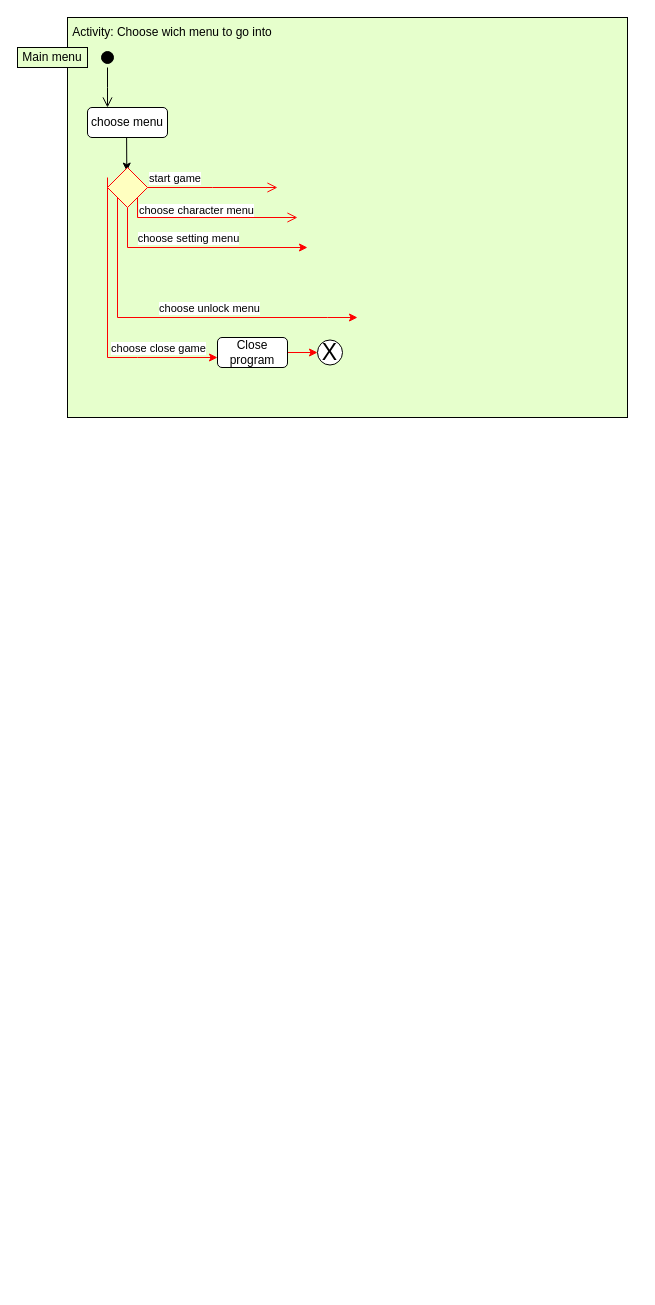
Ulibomber1/Middlespace-Survivor keeps this draw.io diagram as page "main menu" (1 of 2) of Documentation files/activity diagram.drawio. Above is the earlier version. Source tidied: cells renumbered, new cells numbered last; positions are measured from the earlier drawing's top-left corner, leaving out a move shared by most shapes. Both pictures are drawn from the tidied source at 100%, with x=0, y=0 at pixel (17, 17).
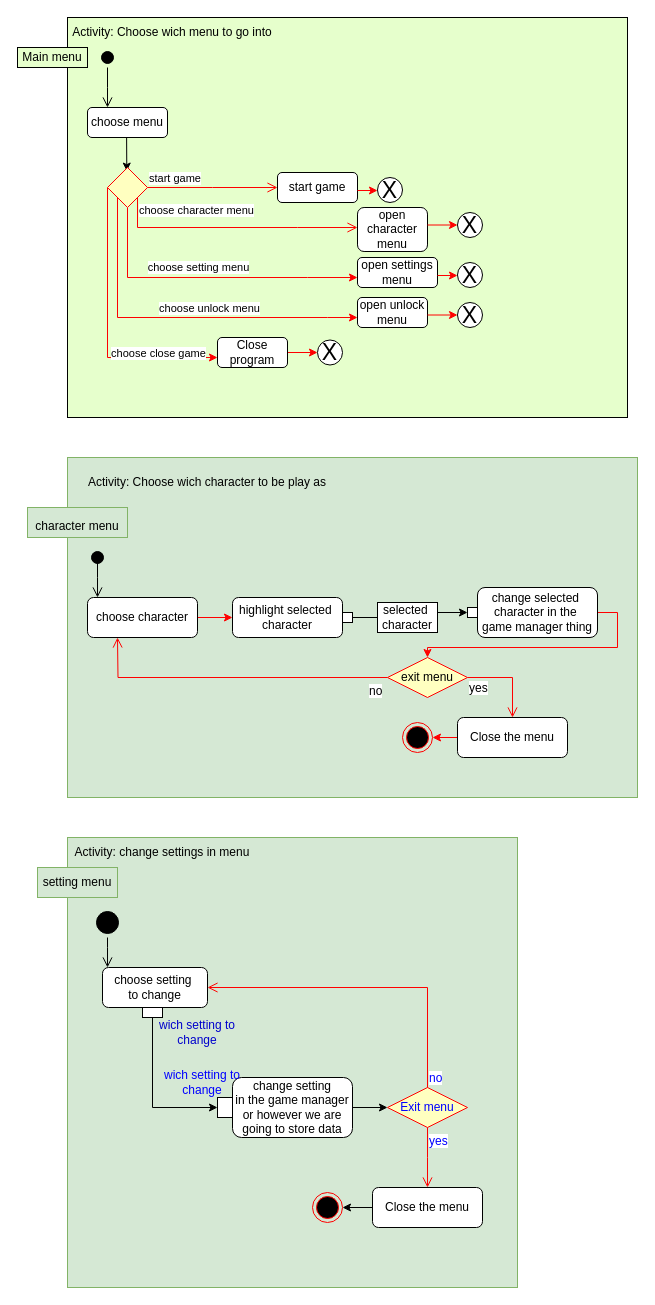
After the change.

Commit message (it also covers changes not shown here):
did the things for the main menu

did things for the base main, character, and setting menu

The change refers to these unchanged cells:
```xml
<mxCell id="15" style="rhombus;whiteSpace=wrap;html=1;fillColor=#ffffc0;strokeColor=#ff0000;" parent="1" vertex="1">
  <mxGeometry x="90" y="150" width="40" height="40" as="geometry" />
</mxCell>
```

Change to the diagram source:
```diff
@@
     <mxCell id="9" style="edgeStyle=orthogonalEdgeStyle;rounded=0;jettySize=auto;html=1;exitX=0.5;exitY=1;exitDx=0;exitDy=0;strokeColor=#FF0000;" parent="1" edge="1" source="15">
       <mxGeometry relative="1" as="geometry">
-        <mxPoint x="290" y="230" as="targetPoint" />
+        <mxPoint x="340" y="260" as="targetPoint" />
         <Array as="points">
-          <mxPoint x="110" y="230" />
-          <mxPoint x="290" y="230" />
+          <mxPoint x="110" y="260" />
+          <mxPoint x="290" y="260" />
         </Array>
       </mxGeometry>
     </mxCell>
     <mxCell id="10" value="choose setting menu" style="edgeLabel;html=1;align=center;verticalAlign=middle;" parent="9" vertex="1">
       <mxGeometry x="-0.67" y="3" relative="1" as="geometry">
-        <mxPoint x="57" y="-6" as="offset" />
+        <mxPoint x="67" y="10" as="offset" />
       </mxGeometry>
     </mxCell>
@@
-    <mxCell id="13" style="edgeStyle=orthogonalEdgeStyle;rounded=0;orthogonalLoop=1;jettySize=auto;html=1;exitX=0;exitY=0.5;exitDx=0;exitDy=0;strokeColor=#FF0000;" parent="1" edge="1">
+    <mxCell id="13" style="edgeStyle=orthogonalEdgeStyle;rounded=0;jettySize=auto;html=1;exitX=0;exitY=0.5;exitDx=0;exitDy=0;strokeColor=#FF0000;" parent="1" edge="1" source="15">
       <mxGeometry relative="1" as="geometry">
-        <mxPoint x="90" y="160" as="sourcePoint" />
         <mxPoint x="200" y="340" as="targetPoint" />
         <Array as="points">
           <mxPoint x="90" y="340" />
-          <mxPoint x="120" y="340" />
         </Array>
       </mxGeometry>
     </mxCell>
@@
     <mxCell id="17" value="choose character menu" style="edgeStyle=orthogonalEdgeStyle;html=1;align=left;verticalAlign=top;endArrow=open;endSize=8;strokeColor=#ff0000;rounded=0;exitX=1;exitY=1;exitDx=0;exitDy=0;" parent="1" edge="1" source="15">
       <mxGeometry x="-1" relative="1" as="geometry">
-        <mxPoint x="280" y="200" as="targetPoint" />
+        <mxPoint x="340" y="210" as="targetPoint" />
         <Array as="points">
-          <mxPoint x="120" y="200" />
+          <mxPoint x="120" y="210" />
+          <mxPoint x="280" y="210" />
         </Array>
       </mxGeometry>
     </mxCell>
@@
+    <mxCell id="21" value="open unlock&lt;br&gt;menu" style="rounded=1;whiteSpace=wrap;html=1;" parent="1" vertex="1">
+      <mxGeometry x="340" y="280" width="70" height="30" as="geometry" />
+    </mxCell>
+    <mxCell id="22" style="edgeStyle=orthogonalEdgeStyle;rounded=0;orthogonalLoop=1;jettySize=auto;html=1;exitX=1;exitY=0.5;exitDx=0;exitDy=0;entryX=0;entryY=0.5;entryDx=0;entryDy=0;strokeColor=#FF0000;" parent="1" edge="1">
+      <mxGeometry relative="1" as="geometry">
+        <mxPoint x="410" y="297.5" as="sourcePoint" />
+        <mxPoint x="440" y="297.5" as="targetPoint" />
+      </mxGeometry>
+    </mxCell>
+    <mxCell id="23" value="X" style="ellipse;whiteSpace=wrap;html=1;strokeColor=#000000;fontSize=23;fillColor=#ffffff;" parent="1" vertex="1">
+      <mxGeometry x="440" y="285" width="25" height="25" as="geometry" />
+    </mxCell>
+    <mxCell id="24" value="open settings&lt;br&gt;menu" style="rounded=1;whiteSpace=wrap;html=1;" parent="1" vertex="1">
+      <mxGeometry x="340" y="240" width="80" height="30" as="geometry" />
+    </mxCell>
+    <mxCell id="25" style="edgeStyle=orthogonalEdgeStyle;rounded=0;orthogonalLoop=1;jettySize=auto;html=1;entryX=0;entryY=0.5;entryDx=0;entryDy=0;strokeColor=#FF0000;" parent="1" edge="1">
+      <mxGeometry relative="1" as="geometry">
+        <mxPoint x="420" y="258" as="sourcePoint" />
+        <mxPoint x="440" y="257.5" as="targetPoint" />
+      </mxGeometry>
+    </mxCell>
+    <mxCell id="26" value="X" style="ellipse;whiteSpace=wrap;html=1;strokeColor=#000000;fontSize=23;fillColor=#ffffff;" parent="1" vertex="1">
+      <mxGeometry x="440" y="245" width="25" height="25" as="geometry" />
+    </mxCell>
+    <mxCell id="27" value="open character&lt;br&gt;menu" style="rounded=1;whiteSpace=wrap;html=1;" parent="1" vertex="1">
+      <mxGeometry x="340" y="190" width="70" height="44" as="geometry" />
+    </mxCell>
+    <mxCell id="28" style="edgeStyle=orthogonalEdgeStyle;rounded=0;orthogonalLoop=1;jettySize=auto;html=1;exitX=1;exitY=0.5;exitDx=0;exitDy=0;entryX=0;entryY=0.5;entryDx=0;entryDy=0;strokeColor=#FF0000;" parent="1" edge="1">
+      <mxGeometry relative="1" as="geometry">
+        <mxPoint x="410" y="207.5" as="sourcePoint" />
+        <mxPoint x="440" y="207.5" as="targetPoint" />
+      </mxGeometry>
+    </mxCell>
+    <mxCell id="29" value="X" style="ellipse;whiteSpace=wrap;html=1;strokeColor=#000000;fontSize=23;fillColor=#ffffff;" parent="1" vertex="1">
+      <mxGeometry x="440" y="195" width="25" height="25" as="geometry" />
+    </mxCell>
+    <mxCell id="30" value="start game" style="rounded=1;whiteSpace=wrap;html=1;" parent="1" vertex="1">
+      <mxGeometry x="260" y="155" width="80" height="30" as="geometry" />
+    </mxCell>
+    <mxCell id="31" style="edgeStyle=orthogonalEdgeStyle;rounded=0;orthogonalLoop=1;jettySize=auto;html=1;entryX=0;entryY=0.5;entryDx=0;entryDy=0;strokeColor=#FF0000;" parent="1" edge="1">
+      <mxGeometry relative="1" as="geometry">
+        <mxPoint x="340" y="173" as="sourcePoint" />
+        <mxPoint x="360" y="172.5" as="targetPoint" />
+      </mxGeometry>
+    </mxCell>
+    <mxCell id="32" value="X" style="ellipse;whiteSpace=wrap;html=1;strokeColor=#000000;fontSize=23;fillColor=#ffffff;" parent="1" vertex="1">
+      <mxGeometry x="360" y="160" width="25" height="25" as="geometry" />
+    </mxCell>
+    <mxCell id="33" style="rounded=0;whiteSpace=wrap;html=1;strokeColor=#82b366;fontSize=23;fillColor=#d5e8d4;" parent="1" vertex="1">
+      <mxGeometry x="50" y="440" width="570" height="340" as="geometry" />
+    </mxCell>
+    <mxCell id="34" value="&lt;font style=&quot;font-size: 12px;&quot;&gt;character menu&lt;/font&gt;" style="rounded=0;whiteSpace=wrap;html=1;strokeColor=#82b366;fontSize=23;fillColor=#d5e8d4;align=center;" parent="1" vertex="1">
+      <mxGeometry x="10" y="490" width="100" height="30" as="geometry" />
+    </mxCell>
+    <mxCell id="35" value="Activity: Choose wich character to be play as" style="text;html=1;strokeColor=none;fillColor=none;align=center;verticalAlign=middle;whiteSpace=wrap;rounded=0;" parent="1" vertex="1">
+      <mxGeometry x="60" y="450" width="260" height="30" as="geometry" />
+    </mxCell>
+    <mxCell id="36" style="ellipse;html=1;shape=startState;fillColor=#000000;strokeColor=#000000;" parent="1" vertex="1">
+      <mxGeometry x="70" y="530" width="20" height="20" as="geometry" />
+    </mxCell>
+    <mxCell id="37" style="edgeStyle=orthogonalEdgeStyle;html=1;verticalAlign=bottom;endArrow=open;endSize=8;strokeColor=#000000;rounded=0;" parent="1" edge="1">
+      <mxGeometry relative="1" as="geometry">
+        <mxPoint x="80" y="540" as="sourcePoint" />
+        <mxPoint x="80" y="580" as="targetPoint" />
+        <Array as="points">
+          <mxPoint x="80" y="560" />
+          <mxPoint x="80" y="560" />
+        </Array>
+      </mxGeometry>
+    </mxCell>
+    <mxCell id="38" style="edgeStyle=orthogonalEdgeStyle;rounded=0;jettySize=auto;html=1;exitX=1;exitY=0.5;exitDx=0;exitDy=0;entryX=0;entryY=0.5;entryDx=0;entryDy=0;strokeColor=#FF0000;fontSize=12;" parent="1" edge="1" source="39" target="40">
+      <mxGeometry relative="1" as="geometry" />
+    </mxCell>
+    <mxCell id="39" value="choose character" style="rounded=1;whiteSpace=wrap;html=1;strokeColor=#000000;fontSize=12;fillColor=#ffffff;" parent="1" vertex="1">
+      <mxGeometry x="70" y="580" width="110" height="40" as="geometry" />
+    </mxCell>
+    <mxCell id="40" value="highlight selected&amp;nbsp;&lt;br&gt;character" style="rounded=1;whiteSpace=wrap;html=1;strokeColor=#000000;fontSize=12;fillColor=#ffffff;" parent="1" vertex="1">
+      <mxGeometry x="215" y="580" width="110" height="40" as="geometry" />
+    </mxCell>
+    <mxCell id="41" style="edgeStyle=orthogonalEdgeStyle;rounded=0;jettySize=auto;html=1;exitX=1;exitY=0.5;exitDx=0;exitDy=0;entryX=0.5;entryY=0;entryDx=0;entryDy=0;strokeColor=#FF0000;fontSize=12;" parent="1" edge="1" source="42" target="43">
+      <mxGeometry relative="1" as="geometry">
+        <Array as="points">
+          <mxPoint x="600" y="595" />
+          <mxPoint x="600" y="630" />
+          <mxPoint x="410" y="630" />
+        </Array>
+      </mxGeometry>
+    </mxCell>
+    <mxCell id="42" value="change selected&amp;nbsp;&lt;br&gt;character in the&amp;nbsp;&lt;br&gt;game manager thing" style="whiteSpace=wrap;html=1;fillColor=#ffffff;strokeColor=#000000;rounded=1;" parent="1" vertex="1">
+      <mxGeometry x="460" y="570" width="120" height="50" as="geometry" />
+    </mxCell>
+    <mxCell id="43" value="exit menu" style="rhombus;whiteSpace=wrap;html=1;fillColor=#ffffc0;strokeColor=#ff0000;fontSize=12;" parent="1" vertex="1">
+      <mxGeometry x="370" y="640" width="80" height="40" as="geometry" />
+    </mxCell>
+    <mxCell id="44" value="yes" style="edgeStyle=orthogonalEdgeStyle;html=1;align=left;verticalAlign=bottom;endArrow=open;endSize=8;strokeColor=#ff0000;rounded=0;fontSize=12;entryX=0.5;entryY=0;entryDx=0;entryDy=0;" parent="1" edge="1" source="43" target="47">
+      <mxGeometry x="-1" y="-20" relative="1" as="geometry">
+        <Array as="points">
+          <mxPoint x="495" y="660" />
+        </Array>
+      </mxGeometry>
+    </mxCell>
+    <mxCell id="45" value="no" style="edgeStyle=orthogonalEdgeStyle;html=1;align=left;verticalAlign=top;endArrow=open;endSize=8;strokeColor=#ff0000;rounded=0;fontSize=12;" parent="1" edge="1" source="43">
+      <mxGeometry x="-0.87" relative="1" as="geometry">
+        <mxPoint x="100" y="620" as="targetPoint" />
+      </mxGeometry>
+    </mxCell>
+    <mxCell id="46" style="edgeStyle=orthogonalEdgeStyle;rounded=0;jettySize=auto;html=1;exitX=0;exitY=0.5;exitDx=0;exitDy=0;entryX=1;entryY=0.5;entryDx=0;entryDy=0;strokeColor=#FF0000;fontSize=12;" parent="1" edge="1" source="47" target="48">
+      <mxGeometry relative="1" as="geometry" />
+    </mxCell>
+    <mxCell id="47" value="Close the menu" style="rounded=1;whiteSpace=wrap;html=1;strokeColor=#000000;fontSize=12;fillColor=#ffffff;" parent="1" vertex="1">
+      <mxGeometry x="440" y="700" width="110" height="40" as="geometry" />
+    </mxCell>
+    <mxCell id="48" style="ellipse;html=1;shape=endState;fillColor=#000000;strokeColor=#ff0000;fontSize=12;" parent="1" vertex="1">
+      <mxGeometry x="385" y="705" width="30" height="30" as="geometry" />
+    </mxCell>
+    <mxCell id="49" style="rounded=0;whiteSpace=wrap;html=1;strokeColor=#82b366;fontSize=12;fillColor=#d5e8d4;" parent="1" vertex="1">
+      <mxGeometry x="50" y="820" width="450" height="450" as="geometry" />
+    </mxCell>
+    <mxCell id="50" value="setting menu" style="rounded=0;whiteSpace=wrap;html=1;strokeColor=#82b366;fontSize=12;fillColor=#d5e8d4;" parent="1" vertex="1">
+      <mxGeometry x="20" y="850" width="80" height="30" as="geometry" />
+    </mxCell>
+    <mxCell id="51" value="Activity: change settings in menu" style="text;html=1;strokeColor=none;fillColor=none;align=center;verticalAlign=middle;whiteSpace=wrap;rounded=0;" parent="1" vertex="1">
+      <mxGeometry x="50" y="820" width="190" height="30" as="geometry" />
+    </mxCell>
+    <mxCell id="52" style="ellipse;html=1;shape=startState;fillColor=#000000;strokeColor=#000000;fontSize=12;" parent="1" vertex="1">
+      <mxGeometry x="75" y="890" width="30" height="30" as="geometry" />
+    </mxCell>
+    <mxCell id="53" style="edgeStyle=orthogonalEdgeStyle;html=1;verticalAlign=bottom;endArrow=open;endSize=8;strokeColor=#000000;rounded=0;fontSize=12;" parent="1" edge="1" source="52">
+      <mxGeometry relative="1" as="geometry">
+        <mxPoint x="90" y="950" as="targetPoint" />
+        <Array as="points">
+          <mxPoint x="90" y="930" />
+          <mxPoint x="90" y="930" />
+        </Array>
+      </mxGeometry>
+    </mxCell>
+    <mxCell id="54" value="choose setting&amp;nbsp;&lt;br&gt;to change" style="rounded=1;whiteSpace=wrap;html=1;strokeColor=#000000;fontSize=12;fillColor=#ffffff;" parent="1" vertex="1">
+      <mxGeometry x="85" y="950" width="105" height="40" as="geometry" />
+    </mxCell>
+    <mxCell id="55" style="edgeStyle=orthogonalEdgeStyle;rounded=0;jettySize=auto;html=1;entryX=0;entryY=0.5;entryDx=0;entryDy=0;strokeColor=#000000;fontSize=12;" parent="1" edge="1" source="56" target="59">
+      <mxGeometry relative="1" as="geometry">
+        <Array as="points">
+          <mxPoint x="135" y="1090" />
+        </Array>
+      </mxGeometry>
+    </mxCell>
+    <mxCell id="56" style="rounded=0;whiteSpace=wrap;html=1;strokeColor=#000000;fontSize=12;fillColor=#ffffff;" parent="1" vertex="1">
+      <mxGeometry x="125" y="990" width="20" height="10" as="geometry" />
+    </mxCell>
+    <mxCell id="57" style="edgeStyle=orthogonalEdgeStyle;rounded=0;jettySize=auto;html=1;entryX=0;entryY=0.5;entryDx=0;entryDy=0;strokeColor=#000000;fontSize=12;fontColor=#0000FF;" parent="1" edge="1" source="58" target="62">
+      <mxGeometry relative="1" as="geometry" />
+    </mxCell>
+    <mxCell id="58" value="change setting&lt;br&gt;in the game manager&lt;br&gt;or however we are going to store data" style="rounded=1;whiteSpace=wrap;html=1;strokeColor=#000000;fontSize=12;fillColor=#ffffff;" parent="1" vertex="1">
+      <mxGeometry x="215" y="1060" width="120" height="60" as="geometry" />
+    </mxCell>
+    <mxCell id="59" style="rounded=0;whiteSpace=wrap;html=1;strokeColor=#000000;fontSize=12;fillColor=#ffffff;" parent="1" vertex="1">
+      <mxGeometry x="200" y="1080" width="15" height="20" as="geometry" />
+    </mxCell>
+    <mxCell id="60" value="wich setting to change" style="text;html=1;strokeColor=none;fillColor=none;align=center;verticalAlign=middle;whiteSpace=wrap;rounded=0;fontSize=12;fontColor=#0000CC;" parent="1" vertex="1">
+      <mxGeometry x="120" y="1000" width="120" height="30" as="geometry" />
+    </mxCell>
+    <mxCell id="61" value="wich setting to change" style="text;html=1;strokeColor=none;fillColor=none;align=center;verticalAlign=middle;whiteSpace=wrap;rounded=0;fontSize=12;fontColor=#0000FF;" parent="1" vertex="1">
+      <mxGeometry x="125" y="1050" width="120" height="30" as="geometry" />
+    </mxCell>
+    <mxCell id="62" value="Exit menu" style="rhombus;whiteSpace=wrap;html=1;fillColor=#ffffc0;strokeColor=#ff0000;fontSize=12;fontColor=#0000FF;" parent="1" vertex="1">
+      <mxGeometry x="370" y="1070" width="80" height="40" as="geometry" />
+    </mxCell>
+    <mxCell id="63" value="no" style="edgeStyle=orthogonalEdgeStyle;html=1;align=left;verticalAlign=bottom;endArrow=open;endSize=8;strokeColor=#ff0000;rounded=0;fontSize=12;fontColor=#0000FF;entryX=1;entryY=0.5;entryDx=0;entryDy=0;" parent="1" edge="1" source="62" target="54">
+      <mxGeometry x="-1" relative="1" as="geometry">
+        <Array as="points">
+          <mxPoint x="410" y="970" />
+        </Array>
+      </mxGeometry>
+    </mxCell>
+    <mxCell id="64" value="yes" style="edgeStyle=orthogonalEdgeStyle;html=1;align=left;verticalAlign=top;endArrow=open;endSize=8;strokeColor=#ff0000;rounded=0;fontSize=12;fontColor=#0000FF;" parent="1" edge="1" source="62">
+      <mxGeometry x="-1" relative="1" as="geometry">
+        <mxPoint x="410" y="1170" as="targetPoint" />
+      </mxGeometry>
+    </mxCell>
+    <mxCell id="65" style="edgeStyle=orthogonalEdgeStyle;rounded=0;jettySize=auto;html=1;exitX=0;exitY=0.5;exitDx=0;exitDy=0;entryX=1;entryY=0.5;entryDx=0;entryDy=0;strokeColor=#000000;fontSize=12;fontColor=#0000FF;" parent="1" edge="1" source="66" target="67">
+      <mxGeometry relative="1" as="geometry" />
+    </mxCell>
+    <mxCell id="66" value="Close the menu" style="rounded=1;whiteSpace=wrap;html=1;strokeColor=#000000;fontSize=12;fillColor=#ffffff;" parent="1" vertex="1">
+      <mxGeometry x="355" y="1170" width="110" height="40" as="geometry" />
+    </mxCell>
+    <mxCell id="67" style="ellipse;html=1;shape=endState;fillColor=#000000;strokeColor=#ff0000;fontSize=12;fontColor=#0000FF;" parent="1" vertex="1">
+      <mxGeometry x="295" y="1175" width="30" height="30" as="geometry" />
+    </mxCell>
+    <mxCell id="68" style="edgeStyle=orthogonalEdgeStyle;rounded=0;jettySize=auto;html=1;entryX=0;entryY=0.5;entryDx=0;entryDy=0;strokeColor=#000000;fontSize=12;fontColor=#0000FF;startArrow=none;" parent="1" edge="1" source="72" target="70">
+      <mxGeometry relative="1" as="geometry">
+        <Array as="points">
+          <mxPoint x="390" y="595" />
+          <mxPoint x="390" y="595" />
+        </Array>
+      </mxGeometry>
+    </mxCell>
+    <mxCell id="69" style="rounded=0;whiteSpace=wrap;html=1;strokeColor=#000000;fontSize=12;fontColor=#0000FF;fillColor=#ffffff;" parent="1" vertex="1">
+      <mxGeometry x="325" y="595" width="10" height="10" as="geometry" />
+    </mxCell>
+    <mxCell id="70" style="rounded=0;whiteSpace=wrap;html=1;strokeColor=#000000;fontSize=12;fontColor=#0000FF;fillColor=#ffffff;" parent="1" vertex="1">
+      <mxGeometry x="450" y="590" width="10" height="10" as="geometry" />
+    </mxCell>
+    <mxCell id="71" style="edgeStyle=orthogonalEdgeStyle;rounded=0;jettySize=auto;html=1;entryX=0;entryY=0.5;entryDx=0;entryDy=0;strokeColor=#000000;fontSize=12;fontColor=#0000FF;endArrow=none;" parent="1" edge="1" source="69" target="72">
+      <mxGeometry relative="1" as="geometry" />
+    </mxCell>
+    <mxCell id="72" value="selected&amp;nbsp;&lt;br&gt;character" style="text;html=1;align=center;verticalAlign=middle;whiteSpace=wrap;rounded=0;fontSize=12;strokeColor=default;fillColor=default;" parent="1" vertex="1">
+      <mxGeometry x="360" y="585" width="60" height="30" as="geometry" />
+    </mxCell>
```
